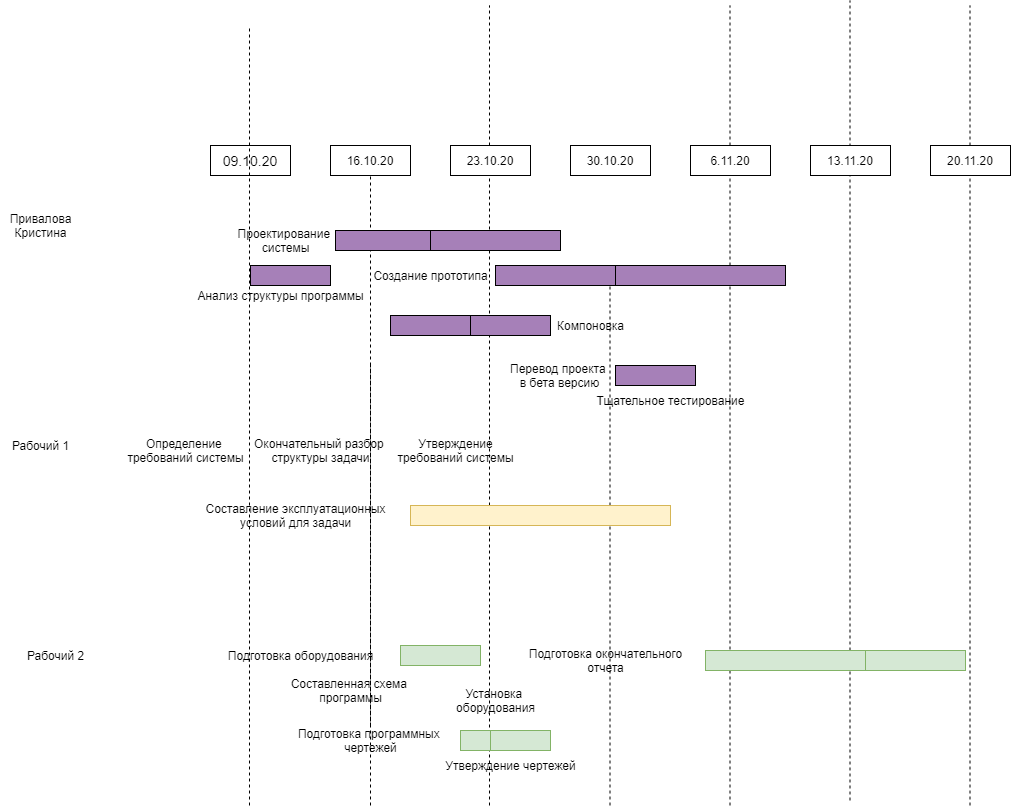
This is Diagram of the Disribution of Participats by Stage.png from krimberg/Alarm-clock, a draw.io export, as it was before one commit. Source tidied: cells renumbered, new cells last; positions are measured from the earlier drawing's top-left corner, leaving out a move shared by most shapes. Its diagram source:
```xml
<mxGraphModel>
  <root>
    <mxCell id="0" />
    <mxCell id="1" parent="0" />
    <mxCell id="2" style="endArrow=none;dashed=1;html=1;entryX=0.5;entryY=1;entryDx=0;entryDy=0;" parent="1" edge="1" source="39" target="8">
      <mxGeometry relative="1" as="geometry" />
    </mxCell>
    <mxCell id="3" style="endArrow=none;dashed=1;html=1;" parent="1" edge="1">
      <mxGeometry relative="1" as="geometry">
        <mxPoint x="489" y="805" as="sourcePoint" />
        <mxPoint x="489" y="5" as="targetPoint" />
      </mxGeometry>
    </mxCell>
    <mxCell id="4" style="endArrow=none;dashed=1;html=1;" parent="1" edge="1">
      <mxGeometry relative="1" as="geometry">
        <mxPoint x="609.5" y="805" as="sourcePoint" />
        <mxPoint x="609.5" y="275" as="targetPoint" />
      </mxGeometry>
    </mxCell>
    <mxCell id="5" style="endArrow=none;dashed=1;html=1;" parent="1" edge="1">
      <mxGeometry relative="1" as="geometry">
        <mxPoint x="729.5" y="805" as="sourcePoint" />
        <mxPoint x="729.5" y="5" as="targetPoint" />
      </mxGeometry>
    </mxCell>
    <mxCell id="6" style="endArrow=none;dashed=1;html=1;" parent="1" edge="1">
      <mxGeometry relative="1" as="geometry">
        <mxPoint x="849.5" y="800" as="sourcePoint" />
        <mxPoint x="849.5" as="targetPoint" />
      </mxGeometry>
    </mxCell>
    <mxCell id="7" style="endArrow=none;dashed=1;html=1;" parent="1" edge="1">
      <mxGeometry relative="1" as="geometry">
        <mxPoint x="969.5" y="805" as="sourcePoint" />
        <mxPoint x="969.5" y="5" as="targetPoint" />
      </mxGeometry>
    </mxCell>
    <mxCell id="8" value="16.10.20" style="rounded=0;whiteSpace=wrap;html=1;" parent="1" vertex="1">
      <mxGeometry x="330" y="145" width="80" height="30" as="geometry" />
    </mxCell>
    <mxCell id="9" value="20.11.20" style="rounded=0;whiteSpace=wrap;html=1;" parent="1" vertex="1">
      <mxGeometry x="930" y="145" width="80" height="30" as="geometry" />
    </mxCell>
    <mxCell id="10" value="23.10.20" style="rounded=0;whiteSpace=wrap;html=1;" parent="1" vertex="1">
      <mxGeometry x="450" y="145" width="80" height="30" as="geometry" />
    </mxCell>
    <mxCell id="11" value="30.10.20" style="rounded=0;whiteSpace=wrap;html=1;" parent="1" vertex="1">
      <mxGeometry x="570" y="145" width="80" height="30" as="geometry" />
    </mxCell>
    <mxCell id="12" value="6.11.20" style="rounded=0;whiteSpace=wrap;html=1;" parent="1" vertex="1">
      <mxGeometry x="690" y="145" width="80" height="30" as="geometry" />
    </mxCell>
    <mxCell id="13" value="13.11.20" style="rounded=0;whiteSpace=wrap;html=1;" parent="1" vertex="1">
      <mxGeometry x="810" y="145" width="80" height="30" as="geometry" />
    </mxCell>
    <mxCell id="14" value="&lt;font style=&quot;font-size: 14px&quot;&gt;09.10.20&lt;/font&gt;" style="rounded=0;whiteSpace=wrap;html=1;" parent="1" vertex="1">
      <mxGeometry x="210" y="145" width="80" height="30" as="geometry" />
    </mxCell>
    <mxCell id="15" style="rounded=0;whiteSpace=wrap;html=1;fillColor=#A680B8;" parent="1" vertex="1">
      <mxGeometry x="250" y="265" width="80" height="20" as="geometry" />
    </mxCell>
    <mxCell id="16" style="whiteSpace=wrap;html=1;fillColor=#A680B8;" parent="1" vertex="1">
      <mxGeometry x="335" y="230" width="140" height="20" as="geometry" />
    </mxCell>
    <mxCell id="17" style="rounded=0;whiteSpace=wrap;html=1;fillColor=#A680B8;" parent="1" vertex="1">
      <mxGeometry x="430" y="230" width="130" height="20" as="geometry" />
    </mxCell>
    <mxCell id="18" style="rounded=0;whiteSpace=wrap;html=1;fillColor=#d5e8d4;strokeColor=#82b366;" parent="1" vertex="1">
      <mxGeometry x="400" y="645" width="80" height="20" as="geometry" />
    </mxCell>
    <mxCell id="19" style="rounded=0;whiteSpace=wrap;html=1;fillColor=#A680B8;" parent="1" vertex="1">
      <mxGeometry x="390" y="315" width="80" height="20" as="geometry" />
    </mxCell>
    <mxCell id="20" style="rounded=0;whiteSpace=wrap;html=1;fillColor=#fff2cc;strokeColor=#d6b656;" parent="1" vertex="1">
      <mxGeometry x="410" y="505" width="260" height="20" as="geometry" />
    </mxCell>
    <mxCell id="21" style="rounded=0;whiteSpace=wrap;html=1;fillColor=#A680B8;" parent="1" vertex="1">
      <mxGeometry x="470" y="315" width="80" height="20" as="geometry" />
    </mxCell>
    <mxCell id="22" style="rounded=0;whiteSpace=wrap;html=1;fillColor=#d5e8d4;strokeColor=#82b366;" parent="1" vertex="1">
      <mxGeometry x="460" y="730" width="60" height="20" as="geometry" />
    </mxCell>
    <mxCell id="23" style="rounded=0;whiteSpace=wrap;html=1;fillColor=#d5e8d4;strokeColor=#82b366;" parent="1" vertex="1">
      <mxGeometry x="490" y="730" width="60" height="20" as="geometry" />
    </mxCell>
    <mxCell id="24" style="rounded=0;whiteSpace=wrap;html=1;fillColor=#A680B8;" parent="1" vertex="1">
      <mxGeometry x="495" y="265" width="120" height="20" as="geometry" />
    </mxCell>
    <mxCell id="25" style="rounded=0;whiteSpace=wrap;html=1;fillColor=#A680B8;" parent="1" vertex="1">
      <mxGeometry x="615" y="265" width="170" height="20" as="geometry" />
    </mxCell>
    <mxCell id="26" style="rounded=0;whiteSpace=wrap;html=1;fillColor=#d5e8d4;strokeColor=#82b366;" parent="1" vertex="1">
      <mxGeometry x="705" y="650" width="160" height="20" as="geometry" />
    </mxCell>
    <mxCell id="27" style="rounded=0;whiteSpace=wrap;html=1;fillColor=#d5e8d4;strokeColor=#82b366;" parent="1" vertex="1">
      <mxGeometry x="865" y="650" width="100" height="20" as="geometry" />
    </mxCell>
    <mxCell id="28" style="rounded=0;whiteSpace=wrap;html=1;fillColor=#A680B8;" parent="1" vertex="1">
      <mxGeometry x="615" y="365" width="80" height="20" as="geometry" />
    </mxCell>
    <mxCell id="29" style="endArrow=none;dashed=1;html=1;" parent="1" edge="1">
      <mxGeometry relative="1" as="geometry">
        <mxPoint x="249" y="805" as="sourcePoint" />
        <mxPoint x="249" y="25" as="targetPoint" />
      </mxGeometry>
    </mxCell>
    <mxCell id="30" value="Определение &lt;br&gt;требований системы" style="text;html=1;align=center;verticalAlign=middle;" parent="1" vertex="1">
      <mxGeometry x="120" y="435" width="130" height="30" as="geometry" />
    </mxCell>
    <mxCell id="31" value="Утверждение&lt;br&gt;требований системы" style="text;html=1;align=center;verticalAlign=middle;" parent="1" vertex="1">
      <mxGeometry x="390" y="435" width="130" height="30" as="geometry" />
    </mxCell>
    <mxCell id="32" value="Проектирование&amp;nbsp;&lt;br&gt;системы" style="text;html=1;align=center;verticalAlign=middle;" parent="1" vertex="1">
      <mxGeometry x="230" y="225" width="110" height="30" as="geometry" />
    </mxCell>
    <mxCell id="33" value="Окончательный разбор&amp;nbsp;&lt;br&gt;структуры&amp;nbsp;задачи" style="text;html=1;align=center;verticalAlign=middle;" parent="1" vertex="1">
      <mxGeometry x="245" y="435" width="150" height="30" as="geometry" />
    </mxCell>
    <mxCell id="34" value="Подготовка оборудования" style="text;html=1;align=center;verticalAlign=middle;" parent="1" vertex="1">
      <mxGeometry x="220" y="645" width="160" height="20" as="geometry" />
    </mxCell>
    <mxCell id="35" value="Анализ структуры программы" style="text;html=1;align=center;verticalAlign=middle;" parent="1" vertex="1">
      <mxGeometry x="190" y="285" width="180" height="20" as="geometry" />
    </mxCell>
    <mxCell id="36" value="Составление эксплуатационных&lt;br&gt;условий для задачи" style="text;html=1;align=center;verticalAlign=middle;" parent="1" vertex="1">
      <mxGeometry x="195" y="500" width="200" height="30" as="geometry" />
    </mxCell>
    <mxCell id="37" value="Составленная схема &lt;br&gt;программы" style="text;html=1;align=center;verticalAlign=middle;" parent="1" vertex="1">
      <mxGeometry x="285" y="675" width="130" height="30" as="geometry" />
    </mxCell>
    <mxCell id="38" value="Установка &lt;br&gt;оборудования" style="text;html=1;align=center;verticalAlign=middle;" parent="1" vertex="1">
      <mxGeometry x="450" y="685" width="90" height="30" as="geometry" />
    </mxCell>
    <mxCell id="39" value="Подготовка программных &lt;br&gt;чертежей" style="text;html=1;align=center;verticalAlign=middle;points=[];" parent="1" vertex="1">
      <mxGeometry x="290" y="725" width="160" height="30" as="geometry" />
    </mxCell>
    <mxCell id="40" style="endArrow=none;dashed=1;html=1;" parent="1" edge="1">
      <mxGeometry relative="1" as="geometry">
        <mxPoint x="370" y="364" as="sourcePoint" />
        <mxPoint x="370" y="805" as="targetPoint" />
      </mxGeometry>
    </mxCell>
    <mxCell id="41" value="Утверждение чертежей" style="text;html=1;align=center;verticalAlign=middle;" parent="1" vertex="1">
      <mxGeometry x="435" y="755" width="150" height="20" as="geometry" />
    </mxCell>
    <mxCell id="42" value="Создание прототипа" style="text;html=1;align=center;verticalAlign=middle;" parent="1" vertex="1">
      <mxGeometry x="365" y="265" width="130" height="20" as="geometry" />
    </mxCell>
    <mxCell id="43" value="Компоновка&lt;br&gt;" style="text;html=1;align=center;verticalAlign=middle;" parent="1" vertex="1">
      <mxGeometry x="550" y="315" width="80" height="20" as="geometry" />
    </mxCell>
    <mxCell id="44" value="Перевод проекта &lt;br&gt;в бета версию" style="text;html=1;align=center;verticalAlign=middle;" parent="1" vertex="1">
      <mxGeometry x="504" y="360" width="110" height="30" as="geometry" />
    </mxCell>
    <mxCell id="45" value="Тщательное тестирование" style="text;html=1;align=center;verticalAlign=middle;" parent="1" vertex="1">
      <mxGeometry x="590" y="390" width="160" height="20" as="geometry" />
    </mxCell>
    <mxCell id="46" value="Подготовка окончательного&lt;br&gt;отчета" style="text;html=1;align=center;verticalAlign=middle;" parent="1" vertex="1">
      <mxGeometry x="520" y="645" width="170" height="30" as="geometry" />
    </mxCell>
    <mxCell id="47" value="Привалова&lt;br&gt;Кристина" style="text;html=1;align=center;verticalAlign=middle;" parent="1" vertex="1">
      <mxGeometry y="210" width="80" height="30" as="geometry" />
    </mxCell>
    <mxCell id="48" value="Рабочий 1&lt;br&gt;" style="text;html=1;align=center;verticalAlign=middle;" parent="1" vertex="1">
      <mxGeometry x="5" y="435" width="70" height="20" as="geometry" />
    </mxCell>
    <mxCell id="49" value="Рабочий 2" style="text;html=1;align=center;verticalAlign=middle;" parent="1" vertex="1">
      <mxGeometry x="20" y="645" width="70" height="20" as="geometry" />
    </mxCell>
  </root>
</mxGraphModel>
```
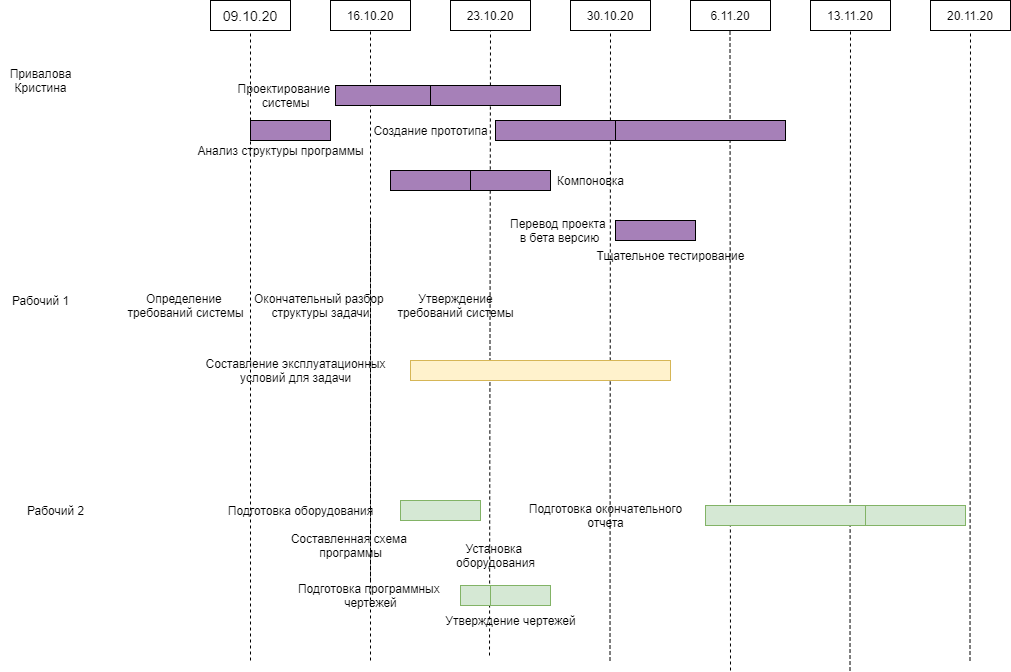
Above is the later version.

The edit, as a diff of the source:
```diff
@@ -5,34 +5,30 @@
     <mxCell id="2" style="endArrow=none;dashed=1;html=1;entryX=0.5;entryY=1;entryDx=0;entryDy=0;" parent="1" edge="1" source="39" target="8">
       <mxGeometry relative="1" as="geometry" />
     </mxCell>
-    <mxCell id="3" style="endArrow=none;dashed=1;html=1;" parent="1" edge="1">
+    <mxCell id="3" style="endArrow=none;dashed=1;html=1;entryX=0.5;entryY=1;entryDx=0;entryDy=0;" parent="1" edge="1" target="10">
       <mxGeometry relative="1" as="geometry">
-        <mxPoint x="489" y="805" as="sourcePoint" />
-        <mxPoint x="489" y="5" as="targetPoint" />
+        <mxPoint x="489" y="800" as="sourcePoint" />
       </mxGeometry>
     </mxCell>
-    <mxCell id="4" style="endArrow=none;dashed=1;html=1;" parent="1" edge="1">
+    <mxCell id="4" style="endArrow=none;dashed=1;html=1;entryX=0.5;entryY=1;entryDx=0;entryDy=0;" parent="1" edge="1" target="11">
       <mxGeometry relative="1" as="geometry">
         <mxPoint x="609.5" y="805" as="sourcePoint" />
-        <mxPoint x="609.5" y="275" as="targetPoint" />
       </mxGeometry>
     </mxCell>
     <mxCell id="5" style="endArrow=none;dashed=1;html=1;" parent="1" edge="1">
       <mxGeometry relative="1" as="geometry">
-        <mxPoint x="729.5" y="805" as="sourcePoint" />
-        <mxPoint x="729.5" y="5" as="targetPoint" />
+        <mxPoint x="730" y="815" as="sourcePoint" />
+        <mxPoint x="729.5" y="175" as="targetPoint" />
       </mxGeometry>
     </mxCell>
-    <mxCell id="6" style="endArrow=none;dashed=1;html=1;" parent="1" edge="1">
+    <mxCell id="6" style="endArrow=none;dashed=1;html=1;entryX=0.5;entryY=1;entryDx=0;entryDy=0;" parent="1" edge="1" target="13">
       <mxGeometry relative="1" as="geometry">
-        <mxPoint x="849.5" y="800" as="sourcePoint" />
-        <mxPoint x="849.5" as="targetPoint" />
+        <mxPoint x="849.5" y="815" as="sourcePoint" />
       </mxGeometry>
     </mxCell>
-    <mxCell id="7" style="endArrow=none;dashed=1;html=1;" parent="1" edge="1">
+    <mxCell id="7" style="endArrow=none;dashed=1;html=1;entryX=0.5;entryY=1;entryDx=0;entryDy=0;" parent="1" edge="1" target="9">
       <mxGeometry relative="1" as="geometry">
         <mxPoint x="969.5" y="805" as="sourcePoint" />
-        <mxPoint x="969.5" y="5" as="targetPoint" />
       </mxGeometry>
     </mxCell>
     <mxCell id="8" value="16.10.20" style="rounded=0;whiteSpace=wrap;html=1;" parent="1" vertex="1">
@@ -100,8 +96,8 @@
     </mxCell>
     <mxCell id="29" style="endArrow=none;dashed=1;html=1;" parent="1" edge="1">
       <mxGeometry relative="1" as="geometry">
-        <mxPoint x="249" y="805" as="sourcePoint" />
-        <mxPoint x="249" y="25" as="targetPoint" />
+        <mxPoint x="250" y="805" as="sourcePoint" />
+        <mxPoint x="250" y="175" as="targetPoint" />
       </mxGeometry>
     </mxCell>
     <mxCell id="30" value="Определение &lt;br&gt;требований системы" style="text;html=1;align=center;verticalAlign=middle;" parent="1" vertex="1">
```
